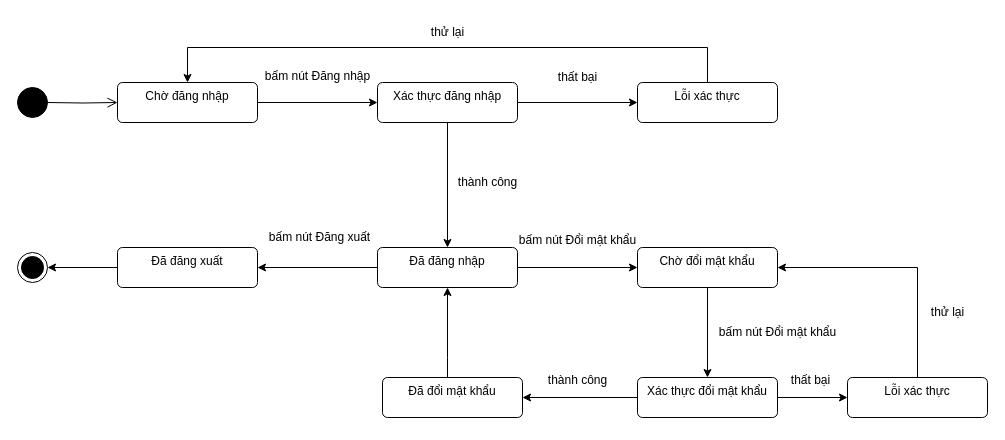
Earlier version of the draw.io diagram Documents/draw/trang-thai/dang-nhap.drawio (copecute/do-an-tot-nghiep). Source tidied: cells renumbered, new cells numbered last; positions are measured from the earlier drawing's top-left corner, leaving out a move shared by most shapes. Both pictures are drawn from the tidied source at 100%, with x=0, y=0 at pixel (17, 17).
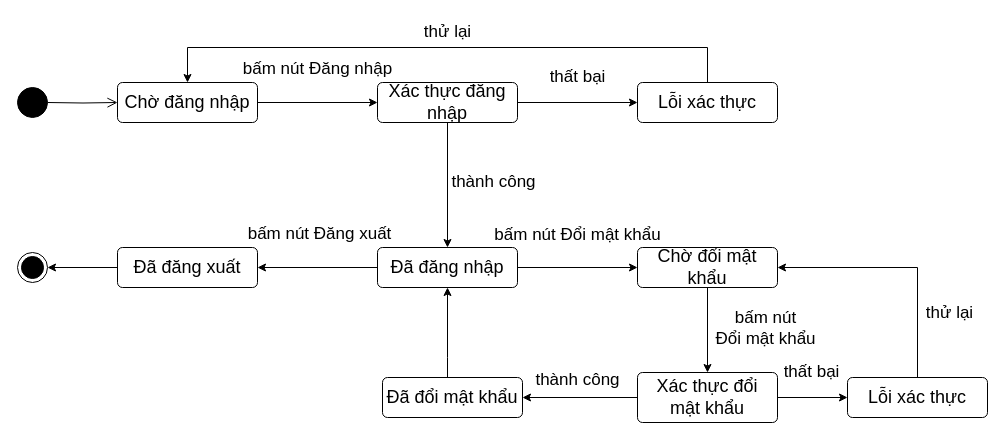
After the change.

Diff of the diagram source:
```diff
@@
-    <mxCell id="2" style="edgeStyle=orthogonalEdgeStyle;html=1;verticalAlign=bottom;endArrow=open;endSize=8;rounded=0;entryX=0;entryY=0.5;entryDx=0;entryDy=0;" parent="1" edge="1" target="4">
+    <mxCell id="2" style="edgeStyle=orthogonalEdgeStyle;html=1;verticalAlign=middle;endArrow=open;endSize=8;rounded=0;entryX=0;entryY=0.5;entryDx=0;entryDy=0;fontSize=18;" parent="1" edge="1" target="4">
       <mxGeometry relative="1" as="geometry">
         <mxPoint x="30" y="85" as="sourcePoint" />
       </mxGeometry>
     </mxCell>
-    <mxCell id="3" style="edgeStyle=orthogonalEdgeStyle;rounded=0;jettySize=auto;html=1;" parent="1" edge="1" source="4" target="7">
+    <mxCell id="3" style="edgeStyle=orthogonalEdgeStyle;rounded=0;jettySize=auto;html=1;fontSize=18;verticalAlign=middle;" parent="1" edge="1" source="4" target="7">
       <mxGeometry relative="1" as="geometry" />
     </mxCell>
-    <mxCell id="4" value="Chờ đăng nhập" style="html=1;align=center;verticalAlign=top;rounded=1;absoluteArcSize=1;arcSize=10;dashed=0;whiteSpace=wrap;" parent="1" vertex="1">
+    <mxCell id="4" value="Chờ đăng nhập" style="html=1;align=center;verticalAlign=middle;rounded=1;absoluteArcSize=1;arcSize=10;dashed=0;whiteSpace=wrap;fontSize=18;" parent="1" vertex="1">
       <mxGeometry x="100" y="65" width="140" height="40" as="geometry" />
     </mxCell>
-    <mxCell id="5" style="edgeStyle=orthogonalEdgeStyle;rounded=0;jettySize=auto;html=1;entryX=0;entryY=0.5;entryDx=0;entryDy=0;" parent="1" edge="1" source="7" target="10">
+    <mxCell id="5" style="edgeStyle=orthogonalEdgeStyle;rounded=0;jettySize=auto;html=1;entryX=0;entryY=0.5;entryDx=0;entryDy=0;fontSize=18;verticalAlign=middle;" parent="1" edge="1" source="7" target="10">
       <mxGeometry relative="1" as="geometry" />
     </mxCell>
-    <mxCell id="6" style="edgeStyle=orthogonalEdgeStyle;rounded=0;jettySize=auto;html=1;entryX=0.5;entryY=0;entryDx=0;entryDy=0;" parent="1" edge="1" source="7" target="14">
+    <mxCell id="6" style="edgeStyle=orthogonalEdgeStyle;rounded=0;jettySize=auto;html=1;entryX=0.5;entryY=0;entryDx=0;entryDy=0;fontSize=18;verticalAlign=middle;" parent="1" edge="1" source="7" target="14">
       <mxGeometry relative="1" as="geometry" />
     </mxCell>
-    <mxCell id="7" value="Xác thực đăng nhập" style="html=1;align=center;verticalAlign=top;rounded=1;absoluteArcSize=1;arcSize=10;dashed=0;whiteSpace=wrap;" parent="1" vertex="1">
+    <mxCell id="7" value="Xác thực đăng nhập" style="html=1;align=center;verticalAlign=middle;rounded=1;absoluteArcSize=1;arcSize=10;dashed=0;whiteSpace=wrap;fontSize=18;" parent="1" vertex="1">
       <mxGeometry x="360" y="65" width="140" height="40" as="geometry" />
     </mxCell>
-    <mxCell id="8" value="bấm nút Đăng nhập" style="text;html=1;align=center;verticalAlign=middle;strokeColor=none;fillColor=none;" parent="1" vertex="1">
-      <mxGeometry x="235" y="44" width="130" height="30" as="geometry" />
+    <mxCell id="8" value="bấm nút Đăng nhập" style="text;html=1;align=center;verticalAlign=middle;strokeColor=none;fillColor=none;fontSize=17;" parent="1" vertex="1">
+      <mxGeometry x="215" y="37" width="170" height="30" as="geometry" />
     </mxCell>
-    <mxCell id="9" style="edgeStyle=orthogonalEdgeStyle;rounded=0;jettySize=auto;html=1;entryX=0.5;entryY=0;entryDx=0;entryDy=0;" parent="1" edge="1" source="10" target="4">
+    <mxCell id="9" style="edgeStyle=orthogonalEdgeStyle;rounded=0;jettySize=auto;html=1;entryX=0.5;entryY=0;entryDx=0;entryDy=0;fontSize=18;verticalAlign=middle;" parent="1" edge="1" source="10" target="4">
       <mxGeometry relative="1" as="geometry">
         <Array as="points">
           <mxPoint x="690" y="30" />
           <mxPoint x="170" y="30" />
         </Array>
       </mxGeometry>
     </mxCell>
-    <mxCell id="10" value="Lỗi xác thực" style="html=1;align=center;verticalAlign=top;rounded=1;absoluteArcSize=1;arcSize=10;dashed=0;whiteSpace=wrap;" parent="1" vertex="1">
+    <mxCell id="10" value="Lỗi xác thực" style="html=1;align=center;verticalAlign=middle;rounded=1;absoluteArcSize=1;arcSize=10;dashed=0;whiteSpace=wrap;fontSize=18;" parent="1" vertex="1">
       <mxGeometry x="620" y="65" width="140" height="40" as="geometry" />
     </mxCell>
-    <mxCell id="11" value="thất bại" style="text;html=1;align=center;verticalAlign=middle;strokeColor=none;fillColor=none;" parent="1" vertex="1">
-      <mxGeometry x="530" y="45" width="60" height="30" as="geometry" />
+    <mxCell id="11" value="thất bại" style="text;html=1;align=center;verticalAlign=middle;strokeColor=none;fillColor=none;fontSize=17;" parent="1" vertex="1">
+      <mxGeometry x="520" y="45" width="80" height="30" as="geometry" />
     </mxCell>
-    <mxCell id="12" style="edgeStyle=orthogonalEdgeStyle;rounded=0;jettySize=auto;html=1;" parent="1" edge="1" source="14" target="17">
+    <mxCell id="12" style="edgeStyle=orthogonalEdgeStyle;rounded=0;jettySize=auto;html=1;fontSize=18;verticalAlign=middle;" parent="1" edge="1" source="14" target="17">
       <mxGeometry relative="1" as="geometry" />
     </mxCell>
-    <mxCell id="13" style="edgeStyle=orthogonalEdgeStyle;rounded=0;jettySize=auto;html=1;entryX=0;entryY=0.5;entryDx=0;entryDy=0;" parent="1" edge="1" source="14" target="22">
+    <mxCell id="13" style="edgeStyle=orthogonalEdgeStyle;rounded=0;jettySize=auto;html=1;entryX=0;entryY=0.5;entryDx=0;entryDy=0;fontSize=18;verticalAlign=middle;" parent="1" edge="1" source="14" target="22">
       <mxGeometry relative="1" as="geometry" />
     </mxCell>
-    <mxCell id="14" value="Đã đăng nhập" style="html=1;align=center;verticalAlign=top;rounded=1;absoluteArcSize=1;arcSize=10;dashed=0;whiteSpace=wrap;" parent="1" vertex="1">
+    <mxCell id="14" value="Đã đăng nhập" style="html=1;align=center;verticalAlign=middle;rounded=1;absoluteArcSize=1;arcSize=10;dashed=0;whiteSpace=wrap;fontSize=18;" parent="1" vertex="1">
       <mxGeometry x="360" y="230" width="140" height="40" as="geometry" />
     </mxCell>
-    <mxCell id="15" value="thành công" style="text;html=1;align=center;verticalAlign=middle;strokeColor=none;fillColor=none;" parent="1" vertex="1">
-      <mxGeometry x="430" y="150" width="80" height="30" as="geometry" />
+    <mxCell id="15" value="thành công" style="text;html=1;align=center;verticalAlign=middle;strokeColor=none;fillColor=none;fontSize=17;" parent="1" vertex="1">
+      <mxGeometry x="421" y="150" width="110" height="30" as="geometry" />
     </mxCell>
-    <mxCell id="16" style="edgeStyle=orthogonalEdgeStyle;rounded=0;jettySize=auto;html=1;entryX=1;entryY=0.5;entryDx=0;entryDy=0;" parent="1" edge="1" source="17" target="18">
+    <mxCell id="16" style="edgeStyle=orthogonalEdgeStyle;rounded=0;jettySize=auto;html=1;entryX=1;entryY=0.5;entryDx=0;entryDy=0;fontSize=18;verticalAlign=middle;" parent="1" edge="1" source="17" target="18">
       <mxGeometry relative="1" as="geometry" />
     </mxCell>
-    <mxCell id="17" value="Đã đăng xuất" style="html=1;align=center;verticalAlign=top;rounded=1;absoluteArcSize=1;arcSize=10;dashed=0;whiteSpace=wrap;" parent="1" vertex="1">
+    <mxCell id="17" value="Đã đăng xuất" style="html=1;align=center;verticalAlign=middle;rounded=1;absoluteArcSize=1;arcSize=10;dashed=0;whiteSpace=wrap;fontSize=18;" parent="1" vertex="1">
       <mxGeometry x="100" y="230" width="140" height="40" as="geometry" />
     </mxCell>
-    <mxCell id="18" style="ellipse;html=1;shape=endState;fillColor=strokeColor;" parent="1" vertex="1">
+    <mxCell id="18" style="ellipse;html=1;shape=endState;fillColor=strokeColor;fontSize=18;verticalAlign=middle;" parent="1" vertex="1">
       <mxGeometry y="235" width="30" height="30" as="geometry" />
     </mxCell>
-    <mxCell id="19" style="ellipse;fillColor=strokeColor;html=1;" parent="1" vertex="1">
+    <mxCell id="19" style="ellipse;fillColor=strokeColor;html=1;fontSize=18;verticalAlign=middle;" parent="1" vertex="1">
       <mxGeometry y="70" width="30" height="30" as="geometry" />
     </mxCell>
-    <mxCell id="20" value="bấm nút Đăng xuất" style="text;html=1;align=center;verticalAlign=middle;strokeColor=none;fillColor=none;" parent="1" vertex="1">
-      <mxGeometry x="242" y="205" width="120" height="30" as="geometry" />
+    <mxCell id="20" value="bấm nút Đăng xuất" style="text;html=1;align=center;verticalAlign=middle;strokeColor=none;fillColor=none;fontSize=17;" parent="1" vertex="1">
+      <mxGeometry x="217" y="202" width="170" height="30" as="geometry" />
     </mxCell>
-    <mxCell id="21" style="edgeStyle=orthogonalEdgeStyle;rounded=0;jettySize=auto;html=1;entryX=0.5;entryY=0;entryDx=0;entryDy=0;" parent="1" edge="1" source="22" target="27">
+    <mxCell id="21" style="edgeStyle=orthogonalEdgeStyle;rounded=0;jettySize=auto;html=1;entryX=0.5;entryY=0;entryDx=0;entryDy=0;fontSize=18;verticalAlign=middle;" parent="1" edge="1" source="22" target="27">
       <mxGeometry relative="1" as="geometry" />
     </mxCell>
-    <mxCell id="22" value="Chờ đổi mật khẩu" style="html=1;align=center;verticalAlign=top;rounded=1;absoluteArcSize=1;arcSize=10;dashed=0;whiteSpace=wrap;" parent="1" vertex="1">
+    <mxCell id="22" value="Chờ đổi mật khẩu" style="html=1;align=center;verticalAlign=middle;rounded=1;absoluteArcSize=1;arcSize=10;dashed=0;whiteSpace=wrap;fontSize=18;" parent="1" vertex="1">
       <mxGeometry x="620" y="230" width="140" height="40" as="geometry" />
     </mxCell>
-    <mxCell id="23" value="bấm nút Đổi mật khẩu" style="text;html=1;align=center;verticalAlign=middle;strokeColor=none;fillColor=none;" parent="1" vertex="1">
-      <mxGeometry x="490" y="208" width="140" height="30" as="geometry" />
+    <mxCell id="23" value="bấm nút Đổi mật khẩu" style="text;html=1;align=center;verticalAlign=middle;strokeColor=none;fillColor=none;fontSize=17;" parent="1" vertex="1">
+      <mxGeometry x="465" y="203" width="190" height="30" as="geometry" />
     </mxCell>
-    <mxCell id="24" value="thử lại" style="text;html=1;align=center;verticalAlign=middle;strokeColor=none;fillColor=none;" parent="1" vertex="1">
-      <mxGeometry x="400" width="60" height="30" as="geometry" />
+    <mxCell id="24" value="thử lại" style="text;html=1;align=center;verticalAlign=middle;strokeColor=none;fillColor=none;fontSize=17;" parent="1" vertex="1">
+      <mxGeometry x="395" width="70" height="30" as="geometry" />
     </mxCell>
-    <mxCell id="25" style="edgeStyle=orthogonalEdgeStyle;rounded=0;jettySize=auto;html=1;" parent="1" edge="1" source="27" target="30">
+    <mxCell id="25" style="edgeStyle=orthogonalEdgeStyle;rounded=0;jettySize=auto;html=1;fontSize=18;verticalAlign=middle;" parent="1" edge="1" source="27" target="30">
       <mxGeometry relative="1" as="geometry" />
     </mxCell>
-    <mxCell id="26" style="edgeStyle=orthogonalEdgeStyle;rounded=0;jettySize=auto;html=1;entryX=1;entryY=0.5;entryDx=0;entryDy=0;" parent="1" edge="1" source="27" target="34">
+    <mxCell id="26" style="edgeStyle=orthogonalEdgeStyle;rounded=0;jettySize=auto;html=1;entryX=1;entryY=0.5;entryDx=0;entryDy=0;fontSize=18;verticalAlign=middle;" parent="1" edge="1" source="27" target="34">
       <mxGeometry relative="1" as="geometry" />
     </mxCell>
-    <mxCell id="27" value="Xác thực đổi mật khẩu" style="html=1;align=center;verticalAlign=top;rounded=1;absoluteArcSize=1;arcSize=10;dashed=0;whiteSpace=wrap;" parent="1" vertex="1">
-      <mxGeometry x="620" y="360" width="140" height="40" as="geometry" />
+    <mxCell id="27" value="Xác thực đổi&lt;div&gt;mật khẩu&lt;/div&gt;" style="html=1;align=center;verticalAlign=middle;rounded=1;absoluteArcSize=1;arcSize=10;dashed=0;whiteSpace=wrap;fontSize=18;" parent="1" vertex="1">
+      <mxGeometry x="620" y="355" width="140" height="50" as="geometry" />
     </mxCell>
-    <mxCell id="28" value="bấm nút Đổi mật khẩu" style="text;html=1;align=center;verticalAlign=middle;strokeColor=none;fillColor=none;" parent="1" vertex="1">
-      <mxGeometry x="690" y="300" width="140" height="30" as="geometry" />
+    <mxCell id="28" value="bấm nút&lt;div&gt;Đổi mật khẩu&lt;/div&gt;" style="text;html=1;align=center;verticalAlign=middle;strokeColor=none;fillColor=none;fontSize=17;" parent="1" vertex="1">
+      <mxGeometry x="688" y="286" width="120" height="50" as="geometry" />
     </mxCell>
-    <mxCell id="29" style="edgeStyle=orthogonalEdgeStyle;rounded=0;jettySize=auto;html=1;entryX=1;entryY=0.5;entryDx=0;entryDy=0;" parent="1" edge="1" source="30" target="22">
+    <mxCell id="29" style="edgeStyle=orthogonalEdgeStyle;rounded=0;jettySize=auto;html=1;entryX=1;entryY=0.5;entryDx=0;entryDy=0;fontSize=18;verticalAlign=middle;" parent="1" edge="1" source="30" target="22">
       <mxGeometry relative="1" as="geometry">
         <Array as="points">
           <mxPoint x="900" y="250" />
         </Array>
       </mxGeometry>
     </mxCell>
-    <mxCell id="30" value="Lỗi xác thực" style="html=1;align=center;verticalAlign=top;rounded=1;absoluteArcSize=1;arcSize=10;dashed=0;whiteSpace=wrap;" parent="1" vertex="1">
+    <mxCell id="30" value="Lỗi xác thực" style="html=1;align=center;verticalAlign=middle;rounded=1;absoluteArcSize=1;arcSize=10;dashed=0;whiteSpace=wrap;fontSize=18;" parent="1" vertex="1">
       <mxGeometry x="830" y="360" width="140" height="40" as="geometry" />
     </mxCell>
-    <mxCell id="31" value="thử lại" style="text;html=1;align=center;verticalAlign=middle;strokeColor=none;fillColor=none;" parent="1" vertex="1">
-      <mxGeometry x="900" y="280" width="60" height="30" as="geometry" />
+    <mxCell id="31" value="thử lại" style="text;html=1;align=center;verticalAlign=middle;strokeColor=none;fillColor=none;fontSize=17;" parent="1" vertex="1">
+      <mxGeometry x="897" y="281" width="70" height="30" as="geometry" />
     </mxCell>
-    <mxCell id="32" value="thất bại" style="text;html=1;align=center;verticalAlign=middle;strokeColor=none;fillColor=none;" parent="1" vertex="1">
-      <mxGeometry x="763" y="348" width="60" height="30" as="geometry" />
+    <mxCell id="32" value="thất bại" style="text;html=1;align=center;verticalAlign=middle;strokeColor=none;fillColor=none;fontSize=17;" parent="1" vertex="1">
+      <mxGeometry x="754" y="340" width="80" height="30" as="geometry" />
     </mxCell>
-    <mxCell id="33" style="edgeStyle=orthogonalEdgeStyle;rounded=0;jettySize=auto;html=1;entryX=0.5;entryY=1;entryDx=0;entryDy=0;" parent="1" edge="1" source="34" target="14">
+    <mxCell id="33" style="edgeStyle=orthogonalEdgeStyle;rounded=0;jettySize=auto;html=1;entryX=0.5;entryY=1;entryDx=0;entryDy=0;fontSize=18;verticalAlign=middle;" parent="1" edge="1" source="34" target="14">
       <mxGeometry relative="1" as="geometry">
         <Array as="points">
           <mxPoint x="430" y="340" />
           <mxPoint x="430" y="340" />
         </Array>
       </mxGeometry>
     </mxCell>
-    <mxCell id="34" value="Đã đổi mật khẩu" style="html=1;align=center;verticalAlign=top;rounded=1;absoluteArcSize=1;arcSize=10;dashed=0;whiteSpace=wrap;" parent="1" vertex="1">
+    <mxCell id="34" value="Đã đổi mật khẩu" style="html=1;align=center;verticalAlign=middle;rounded=1;absoluteArcSize=1;arcSize=10;dashed=0;whiteSpace=wrap;fontSize=18;" parent="1" vertex="1">
       <mxGeometry x="365" y="360" width="140" height="40" as="geometry" />
     </mxCell>
-    <mxCell id="35" value="thành công" style="text;html=1;align=center;verticalAlign=middle;strokeColor=none;fillColor=none;" parent="1" vertex="1">
-      <mxGeometry x="520" y="348" width="80" height="30" as="geometry" />
+    <mxCell id="35" value="thành công" style="text;html=1;align=center;verticalAlign=middle;strokeColor=none;fillColor=none;fontSize=17;" parent="1" vertex="1">
+      <mxGeometry x="505" y="348" width="110" height="30" as="geometry" />
     </mxCell>
```
